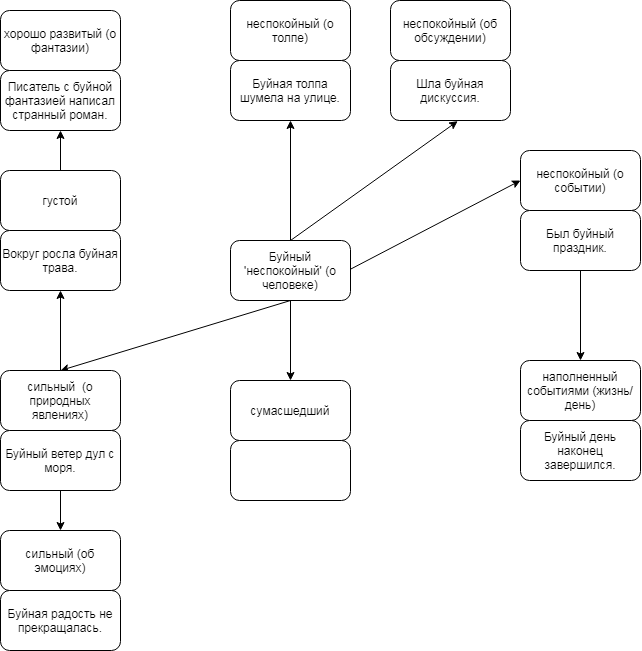
Earlier version of the draw.io export buyniy.png (JanaKoko/try). Source tidied: cells renumbered, new cells last; positions are measured from the earlier drawing's top-left corner, leaving out a move shared by most shapes.
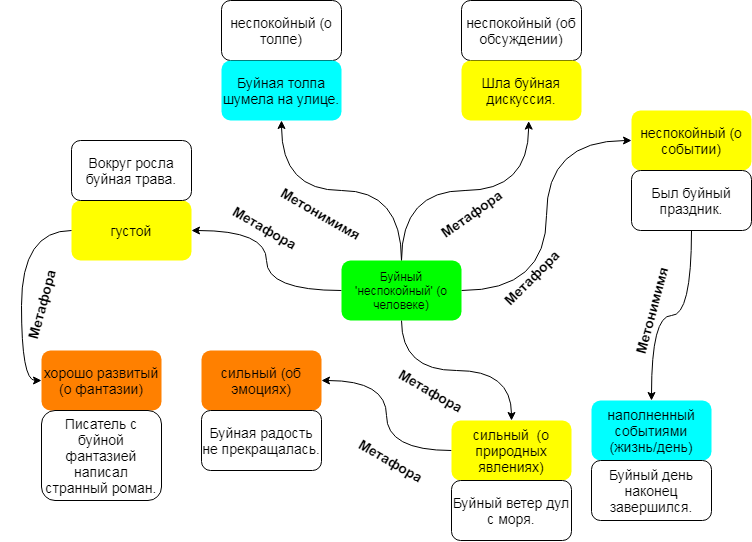
The same file after the commit.

Change to the diagram source:
```diff
@@ -2,89 +2,104 @@
   <root>
     <mxCell id="0" />
     <mxCell id="1" parent="0" />
-    <mxCell id="2" style="edgeStyle=none;rounded=0;jettySize=auto;html=1;exitX=0.5;exitY=1;exitDx=0;exitDy=0;" parent="1" edge="1" source="7" target="12">
-      <mxGeometry relative="1" as="geometry" />
-    </mxCell>
-    <mxCell id="3" style="edgeStyle=none;rounded=0;jettySize=auto;html=1;exitX=0.5;exitY=1;exitDx=0;exitDy=0;entryX=0.5;entryY=0;entryDx=0;entryDy=0;" parent="1" edge="1" source="7" target="11">
-      <mxGeometry relative="1" as="geometry" />
-    </mxCell>
-    <mxCell id="4" style="edgeStyle=none;rounded=0;jettySize=auto;html=1;exitX=0.5;exitY=1;exitDx=0;exitDy=0;entryX=0;entryY=0.5;entryDx=0;entryDy=0;" parent="1" edge="1" source="7" target="18">
-      <mxGeometry relative="1" as="geometry" />
-    </mxCell>
-    <mxCell id="5" style="edgeStyle=none;rounded=0;jettySize=auto;html=1;exitX=0.5;exitY=0;exitDx=0;exitDy=0;entryX=0.56;entryY=1.01;entryDx=0;entryDy=0;entryPerimeter=0;" parent="1" edge="1" source="7" target="20">
+    <mxCell id="5" style="edgeStyle=orthogonalEdgeStyle;rounded=0;jettySize=auto;html=1;exitX=0.5;exitY=0;exitDx=0;exitDy=0;entryX=0.56;entryY=1.01;entryDx=0;entryDy=0;entryPerimeter=0;curved=1;" parent="1" edge="1" source="7" target="20">
       <mxGeometry relative="1" as="geometry" />
     </mxCell>
-    <mxCell id="6" style="edgeStyle=none;rounded=0;jettySize=auto;html=1;entryX=0.5;entryY=1;entryDx=0;entryDy=0;" parent="1" edge="1" source="7" target="19">
+    <mxCell id="6" style="edgeStyle=orthogonalEdgeStyle;rounded=0;jettySize=auto;html=1;entryX=0.5;entryY=1;entryDx=0;entryDy=0;elbow=vertical;curved=1;" parent="1" edge="1" source="7" target="19">
       <mxGeometry relative="1" as="geometry" />
     </mxCell>
+    <mxCell id="4" style="edgeStyle=orthogonalEdgeStyle;curved=1;rounded=0;jettySize=auto;html=1;exitX=1;exitY=0.5;exitDx=0;exitDy=0;entryX=0;entryY=0.5;entryDx=0;entryDy=0;" parent="1" edge="1" source="7" target="18">
+      <mxGeometry relative="1" as="geometry" />
+    </mxCell>
+    <mxCell id="3" style="edgeStyle=orthogonalEdgeStyle;curved=1;rounded=0;jettySize=auto;html=1;entryX=0.5;entryY=0;entryDx=0;entryDy=0;fontSize=14;" parent="1" edge="1" source="7" target="11">
+      <mxGeometry relative="1" as="geometry" />
+    </mxCell>
+    <mxCell id="30" style="edgeStyle=orthogonalEdgeStyle;curved=1;rounded=0;jettySize=auto;html=1;entryX=1;entryY=0.5;entryDx=0;entryDy=0;fontSize=14;" parent="1" edge="1" source="7" target="9">
+      <mxGeometry relative="1" as="geometry" />
+    </mxCell>
-    <mxCell id="7" value="Буйный&lt;br&gt;'неспокойный' (о человеке)" style="rounded=1;whiteSpace=wrap;html=1;" parent="1" vertex="1">
+    <mxCell id="7" value="Буйный&lt;br&gt;'неспокойный' (о человеке)" style="rounded=1;whiteSpace=wrap;html=1;fillColor=#00FF00;strokeColor=none;" parent="1" vertex="1">
       <mxGeometry x="230" y="240" width="120" height="60" as="geometry" />
     </mxCell>
-    <mxCell id="8" style="edgeStyle=none;rounded=0;jettySize=auto;html=1;entryX=0.5;entryY=1;entryDx=0;entryDy=0;" parent="1" edge="1" source="9" target="29">
-      <mxGeometry relative="1" as="geometry" />
-    </mxCell>
-    <mxCell id="9" value="густой" style="rounded=1;whiteSpace=wrap;html=1;" parent="1" vertex="1">
-      <mxGeometry y="170" width="120" height="60" as="geometry" />
+    <mxCell id="9" value="густой" style="rounded=1;whiteSpace=wrap;html=1;fontSize=14;fillColor=#FFFF00;strokeColor=none;" parent="1" vertex="1">
+      <mxGeometry x="-40" y="180" width="120" height="60" as="geometry" />
     </mxCell>
-    <mxCell id="10" style="edgeStyle=none;rounded=0;jettySize=auto;html=1;entryX=0.5;entryY=1;entryDx=0;entryDy=0;" parent="1" edge="1" source="11" target="28">
-      <mxGeometry relative="1" as="geometry" />
-    </mxCell>
+    <mxCell id="31" style="edgeStyle=orthogonalEdgeStyle;curved=1;rounded=0;jettySize=auto;html=1;entryX=1;entryY=0.5;entryDx=0;entryDy=0;" parent="1" edge="1" source="11" target="13">
+      <mxGeometry relative="1" as="geometry" />
+    </mxCell>
-    <mxCell id="11" value="сильный&amp;nbsp; (о природных явлениях)" style="rounded=1;whiteSpace=wrap;html=1;" parent="1" vertex="1">
-      <mxGeometry y="370" width="120" height="60" as="geometry" />
+    <mxCell id="11" value="сильный&amp;nbsp; (о природных явлениях)" style="rounded=1;whiteSpace=wrap;html=1;fontSize=14;fillColor=#FFFF00;strokeColor=none;" parent="1" vertex="1">
+      <mxGeometry x="340" y="400" width="120" height="60" as="geometry" />
     </mxCell>
-    <mxCell id="12" value="сумасшедший" style="rounded=1;whiteSpace=wrap;html=1;" parent="1" vertex="1">
-      <mxGeometry x="230" y="380" width="120" height="60" as="geometry" />
-    </mxCell>
-    <mxCell id="13" value="сильный (об эмоциях)" style="rounded=1;whiteSpace=wrap;html=1;" parent="1" vertex="1">
-      <mxGeometry y="530" width="120" height="60" as="geometry" />
+    <mxCell id="13" value="сильный (об эмоциях)" style="rounded=1;whiteSpace=wrap;html=1;fontSize=14;fillColor=#FF8000;strokeColor=none;" parent="1" vertex="1">
+      <mxGeometry x="90" y="330" width="120" height="60" as="geometry" />
     </mxCell>
-    <mxCell id="14" value="хорошо развитый (о фантазии)" style="rounded=1;whiteSpace=wrap;html=1;" parent="1" vertex="1">
-      <mxGeometry y="10" width="120" height="60" as="geometry" />
+    <mxCell id="14" value="хорошо развитый (о фантазии)" style="rounded=1;whiteSpace=wrap;html=1;fontSize=14;fillColor=#FF8000;strokeColor=none;" parent="1" vertex="1">
+      <mxGeometry x="-70" y="330" width="120" height="60" as="geometry" />
     </mxCell>
-    <mxCell id="15" value="неспокойный (о толпе)" style="rounded=1;whiteSpace=wrap;html=1;" parent="1" vertex="1">
-      <mxGeometry x="230" width="120" height="60" as="geometry" />
+    <mxCell id="15" value="неспокойный (о толпе)" style="rounded=1;whiteSpace=wrap;html=1;fontSize=14;" parent="1" vertex="1">
+      <mxGeometry x="110" y="-20" width="120" height="60" as="geometry" />
     </mxCell>
-    <mxCell id="16" value="наполненный событиями (жизнь/день)" style="rounded=1;whiteSpace=wrap;html=1;" parent="1" vertex="1">
-      <mxGeometry x="520" y="360" width="120" height="60" as="geometry" />
+    <mxCell id="16" value="наполненный событиями (жизнь/день)" style="rounded=1;whiteSpace=wrap;html=1;fontSize=14;fillColor=#00FFFF;strokeColor=none;" parent="1" vertex="1">
+      <mxGeometry x="480" y="380" width="120" height="60" as="geometry" />
     </mxCell>
-    <mxCell id="17" value="неспокойный (об обсуждении)" style="rounded=1;whiteSpace=wrap;html=1;" parent="1" vertex="1">
-      <mxGeometry x="390" width="120" height="60" as="geometry" />
+    <mxCell id="17" value="неспокойный (об обсуждении)" style="rounded=1;whiteSpace=wrap;html=1;fontSize=14;" parent="1" vertex="1">
+      <mxGeometry x="350" y="-20" width="120" height="60" as="geometry" />
     </mxCell>
-    <mxCell id="18" value="неспокойный (о событии)" style="rounded=1;whiteSpace=wrap;html=1;" parent="1" vertex="1">
-      <mxGeometry x="520" y="150" width="120" height="60" as="geometry" />
+    <mxCell id="18" value="неспокойный (о событии)" style="rounded=1;whiteSpace=wrap;html=1;fontSize=14;strokeColor=none;fillColor=#FFFF00;" parent="1" vertex="1">
+      <mxGeometry x="520" y="90" width="120" height="60" as="geometry" />
     </mxCell>
-    <mxCell id="19" value="Буйная толпа шумела на улице." style="rounded=1;whiteSpace=wrap;html=1;" parent="1" vertex="1">
-      <mxGeometry x="230" y="60" width="120" height="60" as="geometry" />
+    <mxCell id="19" value="Буйная толпа шумела на улице." style="rounded=1;whiteSpace=wrap;html=1;fontSize=14;fillColor=#00FFFF;strokeColor=none;" parent="1" vertex="1">
+      <mxGeometry x="110" y="40" width="120" height="60" as="geometry" />
     </mxCell>
-    <mxCell id="20" value="Шла буйная дискуссия." style="rounded=1;whiteSpace=wrap;html=1;" parent="1" vertex="1">
-      <mxGeometry x="390" y="60" width="120" height="60" as="geometry" />
+    <mxCell id="20" value="Шла буйная дискуссия." style="rounded=1;whiteSpace=wrap;html=1;fontSize=14;fillColor=#FFFF00;strokeColor=none;" parent="1" vertex="1">
+      <mxGeometry x="350" y="40" width="120" height="60" as="geometry" />
     </mxCell>
-    <mxCell id="21" style="edgeStyle=none;rounded=0;jettySize=auto;html=1;" parent="1" edge="1" source="22" target="16">
+    <mxCell id="21" style="edgeStyle=orthogonalEdgeStyle;curved=1;rounded=0;jettySize=auto;html=1;" parent="1" edge="1" source="22" target="16">
       <mxGeometry relative="1" as="geometry" />
     </mxCell>
-    <mxCell id="22" value="Был буйный праздник." style="rounded=1;whiteSpace=wrap;html=1;" parent="1" vertex="1">
-      <mxGeometry x="520" y="210" width="120" height="60" as="geometry" />
+    <mxCell id="22" value="Был буйный праздник." style="rounded=1;whiteSpace=wrap;html=1;fontSize=14;" parent="1" vertex="1">
+      <mxGeometry x="520" y="150" width="120" height="60" as="geometry" />
     </mxCell>
-    <mxCell id="23" value="Буйный день наконец завершился." style="rounded=1;whiteSpace=wrap;html=1;" parent="1" vertex="1">
-      <mxGeometry x="520" y="420" width="120" height="60" as="geometry" />
+    <mxCell id="23" value="Буйный день наконец завершился." style="rounded=1;whiteSpace=wrap;html=1;fontSize=14;" parent="1" vertex="1">
+      <mxGeometry x="480" y="440" width="120" height="60" as="geometry" />
     </mxCell>
-    <mxCell id="24" style="rounded=1;whiteSpace=wrap;html=1;" parent="1" vertex="1">
-      <mxGeometry x="230" y="440" width="120" height="60" as="geometry" />
-    </mxCell>
-    <mxCell id="25" value="Буйная радость не прекращалась." style="rounded=1;whiteSpace=wrap;html=1;" parent="1" vertex="1">
-      <mxGeometry y="590" width="120" height="60" as="geometry" />
+    <mxCell id="25" value="Буйная радость не прекращалась." style="rounded=1;whiteSpace=wrap;html=1;fontSize=14;" parent="1" vertex="1">
+      <mxGeometry x="90" y="390" width="120" height="60" as="geometry" />
     </mxCell>
-    <mxCell id="26" style="edgeStyle=none;rounded=0;jettySize=auto;html=1;entryX=0.5;entryY=0;entryDx=0;entryDy=0;" parent="1" edge="1" source="27" target="13">
-      <mxGeometry relative="1" as="geometry" />
-    </mxCell>
-    <mxCell id="27" value="Буйный ветер дул с моря." style="rounded=1;whiteSpace=wrap;html=1;" parent="1" vertex="1">
-      <mxGeometry y="430" width="120" height="60" as="geometry" />
+    <mxCell id="27" value="Буйный ветер дул с моря." style="rounded=1;whiteSpace=wrap;html=1;fontSize=14;" parent="1" vertex="1">
+      <mxGeometry x="340" y="460" width="120" height="60" as="geometry" />
     </mxCell>
+    <mxCell id="32" style="edgeStyle=orthogonalEdgeStyle;curved=1;rounded=0;jettySize=auto;html=1;entryX=0;entryY=0.5;entryDx=0;entryDy=0;exitX=0;exitY=0.5;exitDx=0;exitDy=0;" parent="1" edge="1" source="9" target="14">
+      <mxGeometry relative="1" as="geometry" />
+    </mxCell>
-    <mxCell id="28" value="Вокруг росла буйная трава." style="rounded=1;whiteSpace=wrap;html=1;" parent="1" vertex="1">
-      <mxGeometry y="230" width="120" height="60" as="geometry" />
+    <mxCell id="28" value="Вокруг росла буйная трава." style="rounded=1;whiteSpace=wrap;html=1;fontSize=14;" parent="1" vertex="1">
+      <mxGeometry x="-40" y="120" width="120" height="60" as="geometry" />
     </mxCell>
-    <mxCell id="29" value="Писатель с буйной фантазией написал странный роман." style="rounded=1;whiteSpace=wrap;html=1;" parent="1" vertex="1">
-      <mxGeometry y="70" width="120" height="60" as="geometry" />
+    <mxCell id="29" value="Писатель с буйной фантазией написал странный роман." style="rounded=1;whiteSpace=wrap;html=1;fontSize=14;" parent="1" vertex="1">
+      <mxGeometry x="-70" y="390" width="120" height="90" as="geometry" />
     </mxCell>
+    <mxCell id="33" value="Метонимимя" style="text;html=1;strokeColor=none;fillColor=none;align=center;verticalAlign=middle;whiteSpace=wrap;rounded=0;fontSize=14;fontStyle=1;rotation=-75;" parent="1" vertex="1">
+      <mxGeometry x="420" y="280" width="240" height="20" as="geometry" />
+    </mxCell>
+    <mxCell id="34" value="Метафора" style="text;html=1;strokeColor=none;fillColor=none;align=center;verticalAlign=middle;whiteSpace=wrap;rounded=0;fontSize=14;fontStyle=1;rotation=30;" parent="1" vertex="1">
+      <mxGeometry x="34" y="197" width="240" height="20" as="geometry" />
+    </mxCell>
+    <mxCell id="35" value="Метонимимя" style="text;html=1;strokeColor=none;fillColor=none;align=center;verticalAlign=middle;whiteSpace=wrap;rounded=0;fontSize=14;fontStyle=1;rotation=30;" parent="1" vertex="1">
+      <mxGeometry x="90" y="183" width="240" height="20" as="geometry" />
+    </mxCell>
+    <mxCell id="36" value="Метафора" style="text;html=1;strokeColor=none;fillColor=none;align=center;verticalAlign=middle;whiteSpace=wrap;rounded=0;fontSize=14;fontStyle=1;rotation=-35;" parent="1" vertex="1">
+      <mxGeometry x="240" y="176" width="240" height="34" as="geometry" />
+    </mxCell>
+    <mxCell id="37" value="Метафора" style="text;html=1;strokeColor=none;fillColor=none;align=center;verticalAlign=middle;whiteSpace=wrap;rounded=0;fontSize=14;fontStyle=1;rotation=-75;" parent="1" vertex="1">
+      <mxGeometry x="-190" y="274" width="240" height="20" as="geometry" />
+    </mxCell>
+    <mxCell id="38" value="Метафора" style="text;html=1;strokeColor=none;fillColor=none;align=center;verticalAlign=middle;whiteSpace=wrap;rounded=0;fontSize=14;fontStyle=1;rotation=30;" parent="1" vertex="1">
+      <mxGeometry x="160" y="430" width="240" height="20" as="geometry" />
+    </mxCell>
+    <mxCell id="39" value="Метафора" style="text;html=1;strokeColor=none;fillColor=none;align=center;verticalAlign=middle;whiteSpace=wrap;rounded=0;fontSize=14;fontStyle=1;rotation=30;" parent="1" vertex="1">
+      <mxGeometry x="200" y="360" width="240" height="20" as="geometry" />
+    </mxCell>
+    <mxCell id="40" value="Метафора" style="text;html=1;strokeColor=none;fillColor=none;align=center;verticalAlign=middle;whiteSpace=wrap;rounded=0;fontSize=14;fontStyle=1;rotation=-45;" parent="1" vertex="1">
+      <mxGeometry x="300" y="240" width="240" height="34" as="geometry" />
+    </mxCell>
   </root>
 </mxGraphModel>
```
